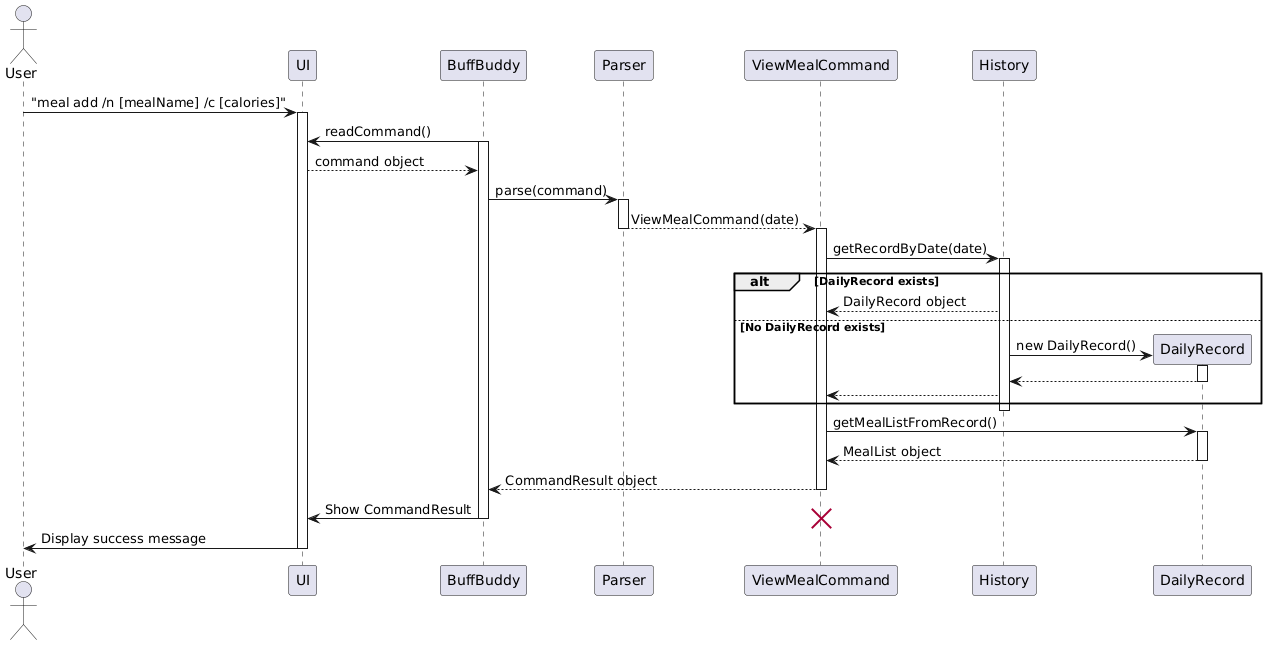
Before: docs/images/viewMealSequenceDiagram.png, a diagram exported from PlantUML (nus-cs2113-AY2425S1/tp). Its diagram source:
```plantuml
@startuml
actor User
participant "UI" as UI
participant "BuffBuddy" as BB
participant "Parser" as Parser
participant "ViewMealCommand" as ViewCmd
participant "History" as History
participant "DailyRecord" as DailyRec

User -> UI: "meal add /n [mealName] /c [calories]"
activate UI
BB -> UI: readCommand()
activate BB
UI --> BB: command object
BB -> Parser: parse(command)
activate Parser

Parser --> ViewCmd: ViewMealCommand(date)
deactivate Parser
activate ViewCmd

ViewCmd -> History: getRecordByDate(date)
activate History

alt DailyRecord exists
  History --> ViewCmd: DailyRecord object
else No DailyRecord exists
create DailyRec
  History -> DailyRec: new DailyRecord()
  activate DailyRec
  DailyRec --> History
  deactivate DailyRec
  History --> ViewCmd
end
deactivate History

ViewCmd -> DailyRec: getMealListFromRecord()
activate DailyRec
DailyRec --> ViewCmd: MealList object
deactivate DailyRec

ViewCmd --> BB: CommandResult object
deactivate ViewCmd

BB -> UI: Show CommandResult
deactivate BB
destroy ViewCmd

UI -> User: Display success message
deactivate UI
@enduml
```
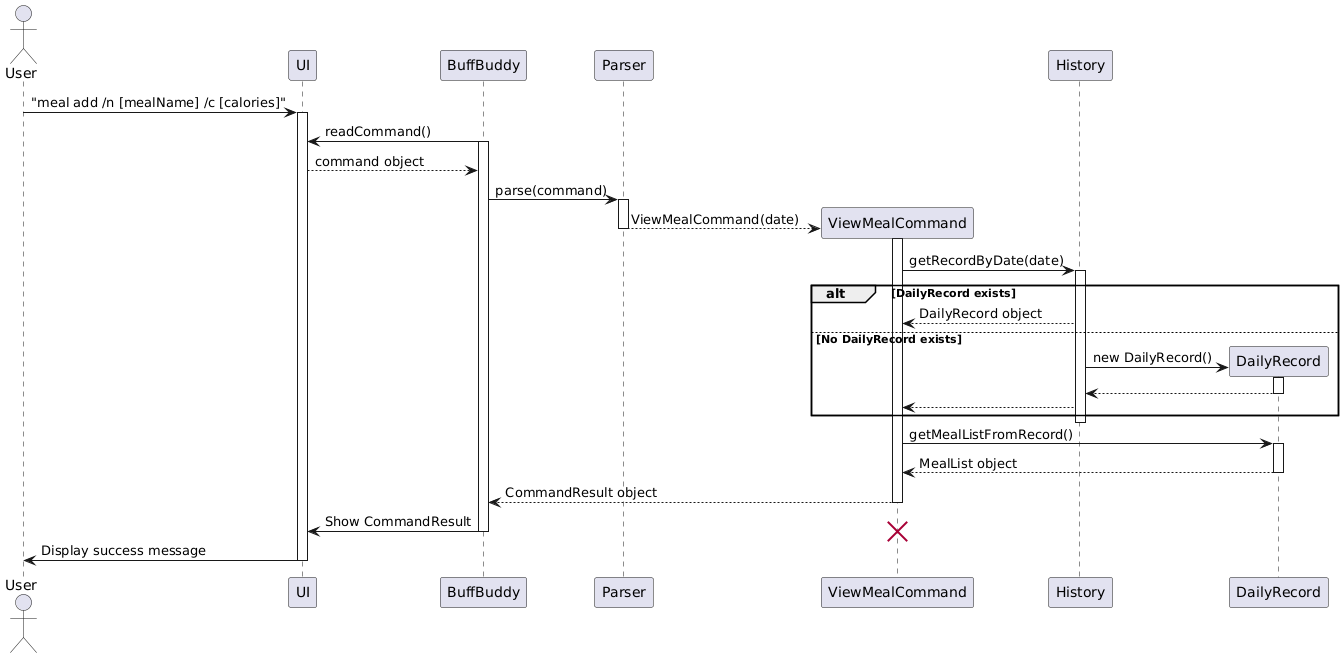
The same file after the commit.

Commit message:
Edited Meal sequence diagrams AGAIN

What changed in the source:
```diff
@@ -15,6 +15,7 @@
 BB -> Parser: parse(command)
 activate Parser
 
+create ViewCmd
 Parser --> ViewCmd: ViewMealCommand(date)
 deactivate Parser
 activate ViewCmd
```
